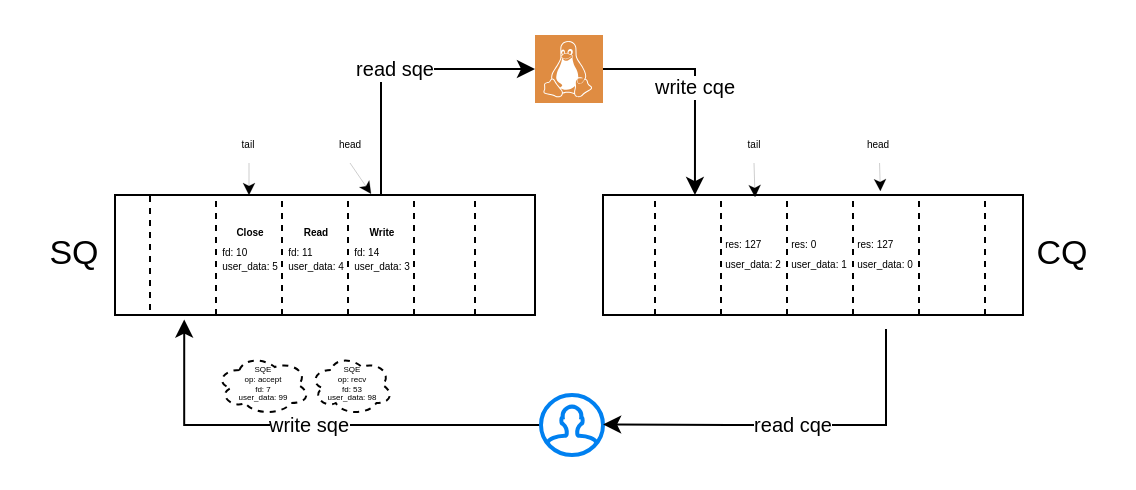
Above: io_uring.drawio in godzie44/drawio-dump (draw.io), before the change. Source tidied: cells renumbered, new cells numbered last; positions are measured from the earlier drawing's top-left corner, leaving out a move shared by most shapes. Both pictures are drawn from the tidied source at 200%, with x=0, y=0 at pixel (34, 34).
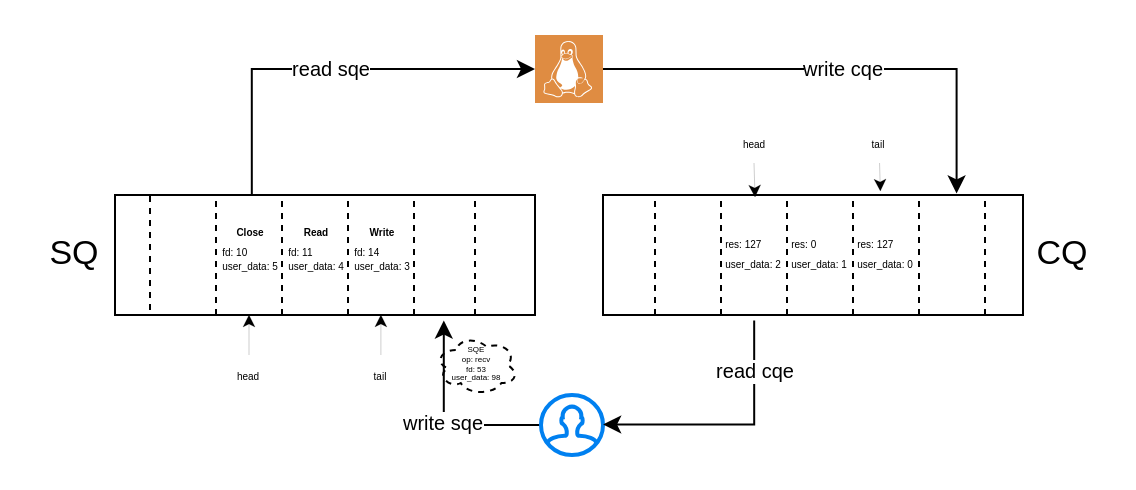
The same diagram, later.

The change refers to these unchanged cells:
```xml
<mxCell id="3" style="shadow=0;dashed=0;html=1;strokeColor=none;fillColor=#DF8C42;labelPosition=center;verticalLabelPosition=bottom;verticalAlign=top;align=center;outlineConnect=0;shape=mxgraph.veeam2.linux;" parent="1" vertex="1">
  <mxGeometry x="250" width="34" height="34" as="geometry" />
</mxCell>
<mxCell id="5" style="html=1;verticalLabelPosition=bottom;align=center;labelBackgroundColor=#ffffff;verticalAlign=top;strokeWidth=2;strokeColor=#0080F0;shadow=0;dashed=0;shape=mxgraph.ios7.icons.user;" parent="1" vertex="1">
  <mxGeometry x="253" y="180" width="31" height="30" as="geometry" />
</mxCell>
<mxCell id="8" value="&lt;font style=&quot;line-height: 70%&quot;&gt;&lt;b style=&quot;font-size: 5px&quot;&gt;Write&lt;/b&gt;&lt;br&gt;&lt;br&gt;&lt;div style=&quot;text-align: left ; font-size: 5px&quot;&gt;&lt;span&gt;fd: 14&lt;/span&gt;&lt;/div&gt;&lt;div style=&quot;text-align: left&quot;&gt;&lt;br&gt;&lt;/div&gt;&lt;div style=&quot;text-align: left&quot;&gt;&lt;span&gt;user_data: 3&lt;/span&gt;&lt;/div&gt;&lt;/font&gt;" style="text;html=1;fillColor=none;align=center;verticalAlign=middle;whiteSpace=wrap;rounded=0;perimeterSpacing=7;strokeColor=#000000;horizontal=1;spacingTop=-7;spacing=-2;fontSize=5;dashed=1;spacingLeft=1;" parent="1" vertex="1">
  <mxGeometry x="156.5" y="80" width="33" height="60" as="geometry" />
</mxCell>
<mxCell id="9" value="&lt;font style=&quot;font-size: 5px ; line-height: 70%&quot;&gt;&lt;b&gt;Close&lt;/b&gt;&lt;br&gt;&lt;br&gt;&lt;div style=&quot;text-align: left&quot;&gt;fd: 10&lt;/div&gt;&lt;div style=&quot;text-align: left&quot;&gt;&lt;br&gt;&lt;/div&gt;&lt;div style=&quot;text-align: left&quot;&gt;user_data: 5&lt;/div&gt;&lt;/font&gt;" style="text;html=1;fillColor=none;align=center;verticalAlign=middle;whiteSpace=wrap;rounded=0;perimeterSpacing=7;strokeColor=#000000;horizontal=1;spacingTop=-7;spacing=0;fontSize=5;dashed=1;spacingLeft=1;" parent="1" vertex="1">
  <mxGeometry x="90.5" y="80" width="33" height="60" as="geometry" />
</mxCell>
<mxCell id="15" value="&lt;font style=&quot;font-size: 5px ; line-height: 50%&quot;&gt;&lt;br style=&quot;font-size: 5px&quot;&gt;&lt;/font&gt;" style="text;html=1;fillColor=none;align=center;verticalAlign=middle;whiteSpace=wrap;rounded=0;perimeterSpacing=7;horizontal=1;spacingTop=-7;spacing=-1;fontSize=5;dashed=1;" parent="1" vertex="1">
  <mxGeometry x="189.5" y="100" width="33" height="40" as="geometry" />
</mxCell>
<mxCell id="16" value="&lt;font style=&quot;font-size: 5px ; line-height: 50%&quot;&gt;&lt;br style=&quot;font-size: 5px&quot;&gt;&lt;/font&gt;" style="text;html=1;fillColor=none;align=center;verticalAlign=middle;whiteSpace=wrap;rounded=0;perimeterSpacing=7;horizontal=1;spacingTop=-7;spacing=-1;fontSize=5;dashed=1;" parent="1" vertex="1">
  <mxGeometry x="57.5" y="100" width="33" height="40" as="geometry" />
</mxCell>
<mxCell id="23" style="text;html=1;fillColor=none;align=center;verticalAlign=middle;whiteSpace=wrap;rounded=0;perimeterSpacing=7;strokeColor=#000000;horizontal=1;spacingTop=-7;spacing=-1;fontSize=5;dashed=1;" parent="1" vertex="1">
  <mxGeometry x="310" y="80" width="33" height="60" as="geometry" />
</mxCell>
<mxCell id="26" value="&lt;font style=&quot;font-size: 5px ; line-height: 100%&quot;&gt;&lt;br&gt;&lt;div style=&quot;text-align: left&quot;&gt;res: 127&lt;/div&gt;&lt;div style=&quot;text-align: left&quot;&gt;&lt;br&gt;&lt;/div&gt;&lt;div style=&quot;text-align: left&quot;&gt;user_data: 0&lt;/div&gt;&lt;/font&gt;" style="text;html=1;fillColor=none;align=center;verticalAlign=middle;whiteSpace=wrap;rounded=0;perimeterSpacing=7;strokeColor=#000000;horizontal=1;spacingTop=-7;spacing=-1;fontSize=5;dashed=1;" parent="1" vertex="1">
  <mxGeometry x="409" y="80" width="33" height="60" as="geometry" />
</mxCell>
<mxCell id="27" value="&lt;font style=&quot;font-size: 5px ; line-height: 100%&quot;&gt;&lt;br&gt;&lt;div style=&quot;text-align: left&quot;&gt;res: 127&lt;/div&gt;&lt;div style=&quot;text-align: left&quot;&gt;&lt;br&gt;&lt;/div&gt;&lt;div style=&quot;text-align: left&quot;&gt;user_data: 2&lt;/div&gt;&lt;/font&gt;" style="text;html=1;fillColor=none;align=center;verticalAlign=middle;whiteSpace=wrap;rounded=0;perimeterSpacing=7;strokeColor=#000000;horizontal=1;spacingTop=-7;spacing=-1;fontSize=5;dashed=1;" parent="1" vertex="1">
  <mxGeometry x="343" y="80" width="33" height="60" as="geometry" />
</mxCell>
<mxCell id="29" style="text;html=1;fillColor=none;align=center;verticalAlign=middle;whiteSpace=wrap;rounded=0;perimeterSpacing=7;strokeColor=#000000;horizontal=1;spacingTop=-7;spacing=-1;fontSize=5;dashed=1;" parent="1" vertex="1">
  <mxGeometry x="442" y="80" width="33" height="60" as="geometry" />
</mxCell>
```

What changed in the source:
```diff
@@
-    <mxCell id="2" value="write cqe" style="edgeStyle=orthogonalEdgeStyle;rounded=0;jettySize=auto;html=1;entryX=0.574;entryY=0.095;entryDx=0;entryDy=0;entryPerimeter=0;fontSize=10;strokeWidth=1;" parent="1" edge="1" source="3" target="23">
-      <mxGeometry relative="1" as="geometry" />
+    <mxCell id="2" value="write cqe" style="edgeStyle=orthogonalEdgeStyle;rounded=0;jettySize=auto;html=1;entryX=0.549;entryY=0.084;entryDx=0;entryDy=0;entryPerimeter=0;fontSize=10;strokeWidth=1;" parent="1" edge="1" source="3" target="29">
+      <mxGeometry relative="1" as="geometry">
+        <Array as="points">
+          <mxPoint x="460" y="17" />
+          <mxPoint x="460" y="79" />
+        </Array>
+      </mxGeometry>
     </mxCell>
@@
-    <mxCell id="4" value="write sqe" style="edgeStyle=orthogonalEdgeStyle;rounded=0;jettySize=auto;html=1;fontSize=10;strokeWidth=1;entryX=0.513;entryY=0.912;entryDx=0;entryDy=0;entryPerimeter=0;" parent="1" edge="1" source="5" target="16">
+    <mxCell id="4" value="write sqe" style="edgeStyle=orthogonalEdgeStyle;rounded=0;jettySize=auto;html=1;fontSize=10;strokeWidth=1;entryX=0.466;entryY=0.922;entryDx=0;entryDy=0;entryPerimeter=0;" parent="1" edge="1" source="5" target="15">
       <mxGeometry relative="1" as="geometry" />
     </mxCell>
@@
-    <mxCell id="10" value="read sqe" style="edgeStyle=orthogonalEdgeStyle;rounded=0;jettySize=auto;html=1;fontSize=10;strokeWidth=1;" parent="1" edge="1" target="3">
+    <mxCell id="10" value="read sqe" style="edgeStyle=orthogonalEdgeStyle;rounded=0;jettySize=auto;html=1;fontSize=10;strokeWidth=1;exitX=0.53;exitY=0.089;exitDx=0;exitDy=0;exitPerimeter=0;" parent="1" edge="1" source="9" target="3">
       <mxGeometry relative="1" as="geometry">
-        <mxPoint x="173" y="80" as="sourcePoint" />
         <Array as="points">
-          <mxPoint x="173" y="17" />
+          <mxPoint x="108" y="17" />
         </Array>
       </mxGeometry>
     </mxCell>
-    <mxCell id="11" style="edgeStyle=none;rounded=0;jettySize=auto;html=1;exitX=0.5;exitY=1;exitDx=0;exitDy=0;entryX=0.394;entryY=0.086;entryDx=0;entryDy=0;entryPerimeter=0;fontSize=4;strokeWidth=0;dashed=1;dashPattern=1 1;" parent="1" edge="1" source="12" target="8">
-      <mxGeometry relative="1" as="geometry" />
-    </mxCell>
-    <mxCell id="12" value="head" style="text;html=1;strokeColor=none;fillColor=none;align=center;verticalAlign=middle;whiteSpace=wrap;rounded=0;dashed=1;fontSize=5;" parent="1" vertex="1">
-      <mxGeometry x="137.5" y="44" width="40" height="20" as="geometry" />
-    </mxCell>
-    <mxCell id="13" style="rounded=0;jettySize=auto;html=1;fontSize=5;strokeWidth=0;" parent="1" edge="1" source="14">
-      <mxGeometry relative="1" as="geometry">
-        <mxPoint x="107" y="80" as="targetPoint" />
-      </mxGeometry>
-    </mxCell>
-    <mxCell id="14" value="tail" style="text;html=1;strokeColor=none;fillColor=none;align=center;verticalAlign=middle;whiteSpace=wrap;rounded=0;dashed=1;fontSize=5;" parent="1" vertex="1">
-      <mxGeometry x="87" y="44" width="40" height="20" as="geometry" />
-    </mxCell>
@@
-    <mxCell id="18" value="SQE&lt;br style=&quot;font-size: 4px;&quot;&gt;op: accept&lt;br style=&quot;font-size: 4px;&quot;&gt;fd: 7&lt;br style=&quot;font-size: 4px;&quot;&gt;user_data: 99" style="ellipse;shape=cloud;whiteSpace=wrap;html=1;dashed=1;fontSize=4;strokeColor=#000000;fillColor=none;gradientColor=none;verticalAlign=middle;" parent="1" vertex="1">
-      <mxGeometry x="90.5" y="160" width="47" height="30" as="geometry" />
-    </mxCell>
     <mxCell id="19" value="SQE&lt;br style=&quot;font-size: 4px;&quot;&gt;op: recv&lt;br style=&quot;font-size: 4px;&quot;&gt;fd: 53&lt;br style=&quot;font-size: 4px;&quot;&gt;user_data: 98" style="ellipse;shape=cloud;whiteSpace=wrap;html=1;dashed=1;fontSize=4;strokeColor=#000000;fillColor=none;gradientColor=none;verticalAlign=middle;" parent="1" vertex="1">
-      <mxGeometry x="137.5" y="160" width="41.5" height="30" as="geometry" />
+      <mxGeometry x="200" y="150" width="41.5" height="30" as="geometry" />
     </mxCell>
@@
-    <mxCell id="25" value="read cqe" style="edgeStyle=orthogonalEdgeStyle;rounded=0;jettySize=auto;html=1;entryX=1.002;entryY=0.491;entryDx=0;entryDy=0;entryPerimeter=0;fontSize=10;strokeWidth=1;" parent="1" edge="1" source="26" target="5">
-      <mxGeometry relative="1" as="geometry">
+    <mxCell id="25" value="read cqe" style="edgeStyle=orthogonalEdgeStyle;rounded=0;jettySize=auto;html=1;entryX=1.002;entryY=0.491;entryDx=0;entryDy=0;entryPerimeter=0;fontSize=10;strokeWidth=1;exitX=0.502;exitY=0.943;exitDx=0;exitDy=0;exitPerimeter=0;" parent="1" edge="1" source="27" target="5">
+      <mxGeometry x="-0.6" relative="1" as="geometry">
         <Array as="points">
-          <mxPoint x="425" y="195" />
-          <mxPoint x="347" y="195" />
+          <mxPoint x="360" y="195" />
         </Array>
       </mxGeometry>
     </mxCell>
@@
-    <mxCell id="30" value="tail" style="text;html=1;strokeColor=none;fillColor=none;align=center;verticalAlign=middle;whiteSpace=wrap;rounded=0;dashed=1;fontSize=5;" parent="1" vertex="1">
+    <mxCell id="30" value="head" style="text;html=1;strokeColor=none;fillColor=none;align=center;verticalAlign=middle;whiteSpace=wrap;rounded=0;dashed=1;fontSize=5;" parent="1" vertex="1">
       <mxGeometry x="339.5" y="44" width="40" height="20" as="geometry" />
     </mxCell>
@@
-    <mxCell id="32" value="head" style="text;html=1;strokeColor=none;fillColor=none;align=center;verticalAlign=middle;whiteSpace=wrap;rounded=0;dashed=1;fontSize=5;" parent="1" vertex="1">
+    <mxCell id="32" value="tail" style="text;html=1;strokeColor=none;fillColor=none;align=center;verticalAlign=middle;whiteSpace=wrap;rounded=0;dashed=1;fontSize=5;" parent="1" vertex="1">
       <mxGeometry x="402" y="44" width="40" height="20" as="geometry" />
     </mxCell>
@@
+    <mxCell id="34" style="edgeStyle=orthogonalEdgeStyle;rounded=0;jettySize=auto;html=1;exitX=0.5;exitY=0;exitDx=0;exitDy=0;entryX=0.499;entryY=0.905;entryDx=0;entryDy=0;entryPerimeter=0;strokeWidth=0;" parent="1" edge="1" source="14" target="8">
+      <mxGeometry relative="1" as="geometry" />
+    </mxCell>
+    <mxCell id="14" value="tail" style="text;html=1;strokeColor=none;fillColor=none;align=center;verticalAlign=middle;whiteSpace=wrap;rounded=0;dashed=1;fontSize=5;" parent="1" vertex="1">
+      <mxGeometry x="158.2" y="160" width="29.5" height="20" as="geometry" />
+    </mxCell>
+    <mxCell id="35" style="edgeStyle=orthogonalEdgeStyle;rounded=0;jettySize=auto;html=1;entryX=0.5;entryY=0.905;entryDx=0;entryDy=0;entryPerimeter=0;strokeWidth=0;" parent="1" edge="1" source="12" target="9">
+      <mxGeometry relative="1" as="geometry" />
+    </mxCell>
+    <mxCell id="12" value="head" style="text;html=1;strokeColor=none;fillColor=none;align=center;verticalAlign=middle;whiteSpace=wrap;rounded=0;dashed=1;fontSize=5;" parent="1" vertex="1">
+      <mxGeometry x="92.2" y="160" width="29.5" height="20" as="geometry" />
+    </mxCell>
```
